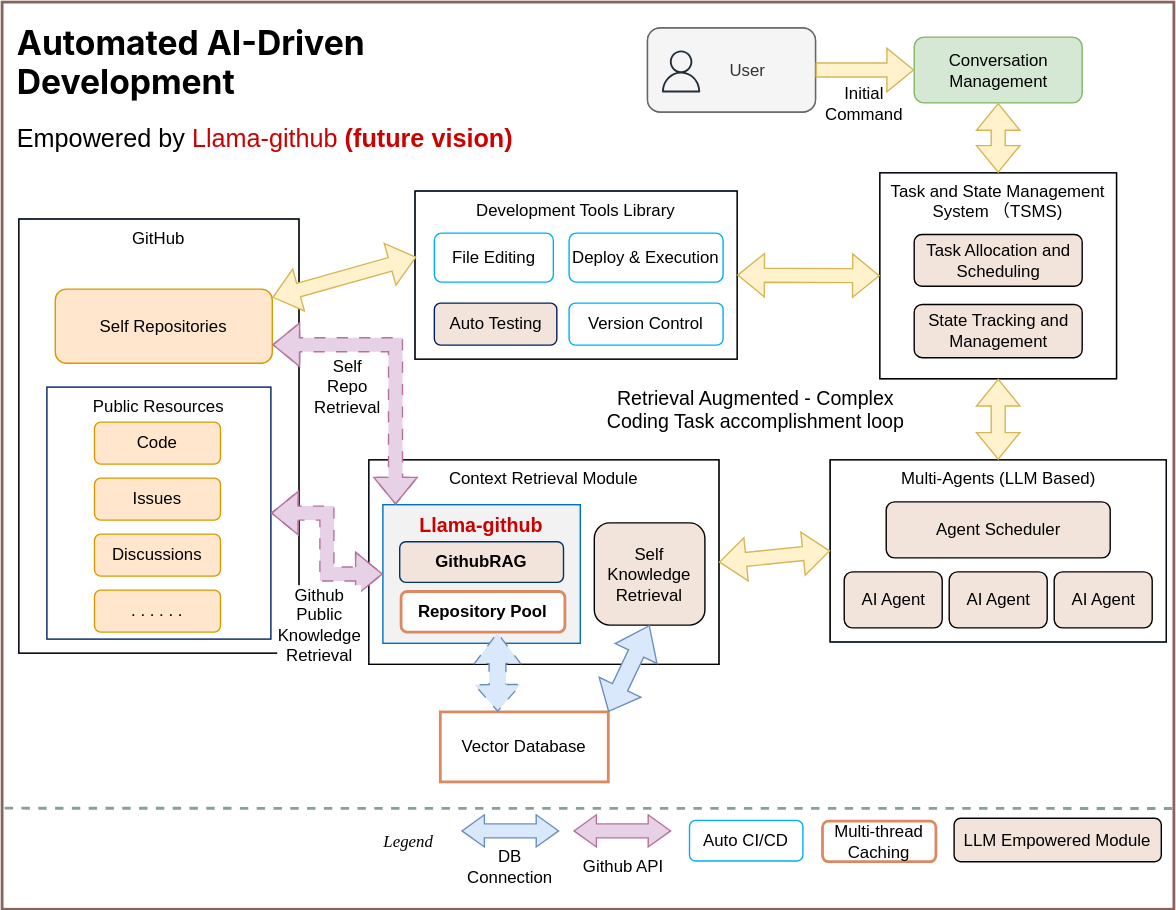
Before: docs/vision.drawio.svg, a diagram exported from draw.io (JetXu-LLM/llama-github). Source tidied: cells renumbered, new cells last; positions are measured from the earlier drawing's top-left corner, leaving out a move shared by most shapes.
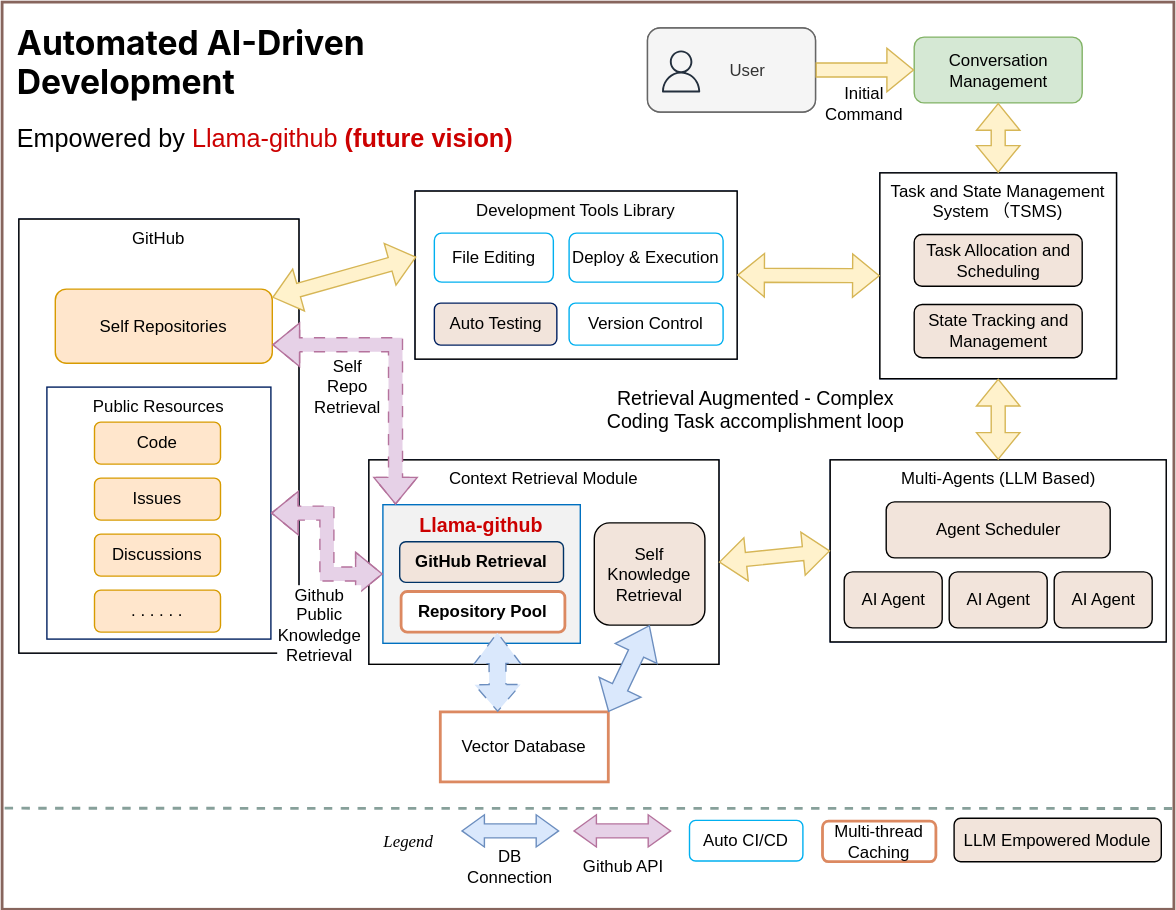
Above is the later version.

Diff of the diagram source:
```diff
@@ -80,7 +80,7 @@
     <mxCell id="27" value="&lt;b&gt;Repository Pool&lt;/b&gt;" style="rounded=1;whiteSpace=wrap;html=1;align=center;fillColor=#FFFFFF;strokeColor=#DC8961;strokeWidth=2;" parent="23" vertex="1">
       <mxGeometry x="23" y="94" width="117" height="29" as="geometry" />
     </mxCell>
-    <mxCell id="28" value="&lt;b&gt;GithubRAG&lt;/b&gt;" style="rounded=1;whiteSpace=wrap;html=1;align=center;fillColor=#F2E4DB;strokeColor=#003366;" parent="23" vertex="1">
+    <mxCell id="28" value="&lt;b&gt;GitHub Retrieval&lt;/b&gt;" style="rounded=1;whiteSpace=wrap;html=1;align=center;fillColor=#F2E4DB;strokeColor=#003366;" parent="23" vertex="1">
       <mxGeometry x="22" y="58.5" width="117" height="29" as="geometry" />
     </mxCell>
     <mxCell id="29" style="group;strokeColor=#002060;" parent="1" vertex="1">
```
